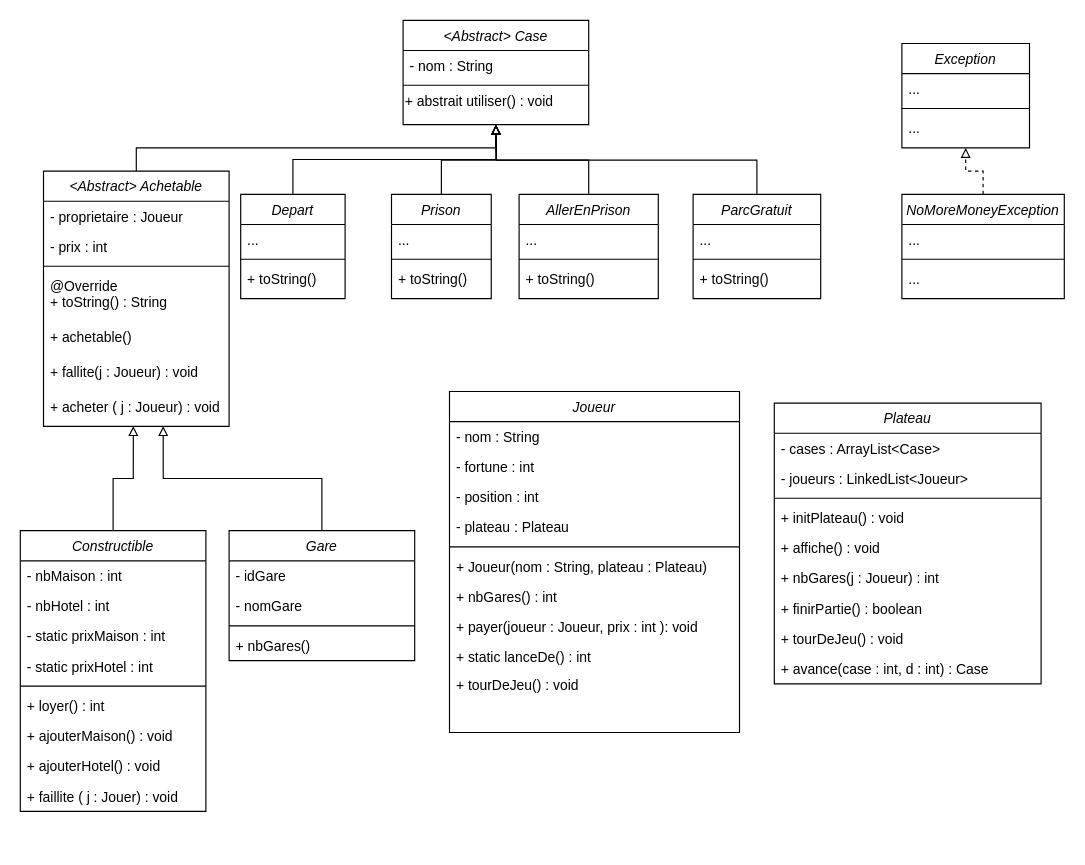
Above: UML_monopoly.drawio in hydrielax/monopoly (draw.io), before the change. Source tidied: cells renumbered, new cells numbered last; positions are measured from the earlier drawing's top-left corner, leaving out a move shared by most shapes. Both pictures are drawn from the tidied source at 116%, with x=0, y=0 at pixel (20, 20).
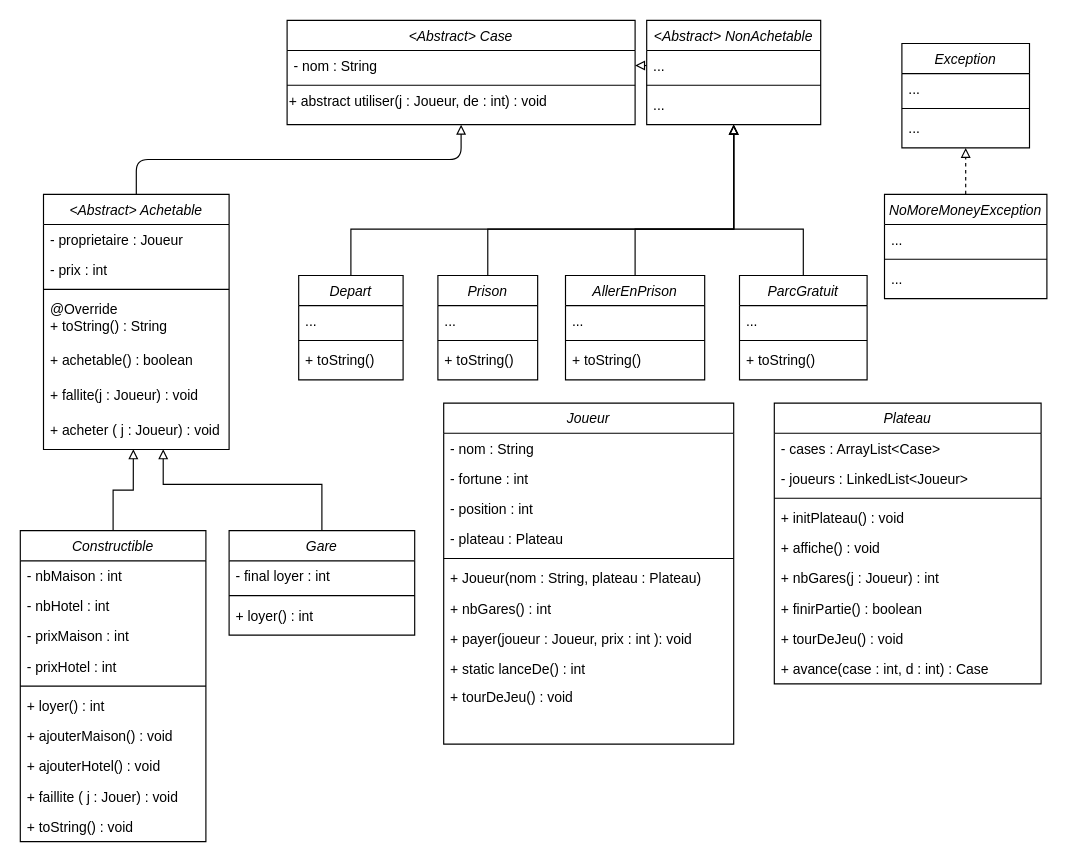
The same diagram, later.

Unchanged cells that the change refers to:
```xml
<mxCell id="41" value="+ acheter ( j : Joueur) : void" style="text;align=left;verticalAlign=top;spacingLeft=4;spacingRight=4;overflow=hidden;points=[[0,0.5],[1,0.5]];portConstraint=eastwest;" parent="34" vertex="1">
  <mxGeometry y="190" width="160" height="30" as="geometry" />
</mxCell>
```

Change to the diagram source:
```diff
@@
     <mxCell id="2" value="&lt;Abstract&gt; Case" style="swimlane;fontStyle=2;align=center;verticalAlign=top;horizontal=1;startSize=26;rounded=0;shadow=0;strokeWidth=1;" parent="1" vertex="1">
-      <mxGeometry x="330" width="160" height="90" as="geometry" />
+      <mxGeometry x="230" width="300" height="90" as="geometry" />
     </mxCell>
     <mxCell id="3" value="- nom : String" style="text;align=left;verticalAlign=top;spacingLeft=4;spacingRight=4;overflow=hidden;points=[[0,0.5],[1,0.5]];portConstraint=eastwest;" parent="2" vertex="1">
-      <mxGeometry y="26" width="160" height="26" as="geometry" />
+      <mxGeometry y="26" width="300" height="26" as="geometry" />
     </mxCell>
     <mxCell id="4" style="line;html=1;strokeWidth=1;align=left;verticalAlign=middle;spacingTop=-1;spacingLeft=3;spacingRight=3;labelPosition=right;" parent="2" vertex="1">
-      <mxGeometry y="52" width="160" height="8" as="geometry" />
+      <mxGeometry y="52" width="300" height="8" as="geometry" />
     </mxCell>
-    <mxCell id="5" value="+ abstrait utiliser() : void" style="text;html=1;align=left;verticalAlign=middle;strokeColor=none;fillColor=none;" parent="2" vertex="1">
-      <mxGeometry y="60" width="160" height="20" as="geometry" />
+    <mxCell id="5" value="+ abstract utiliser(j : Joueur, de : int) : void" style="text;html=1;align=left;verticalAlign=middle;strokeColor=none;fillColor=none;" parent="2" vertex="1">
+      <mxGeometry y="60" width="300" height="20" as="geometry" />
     </mxCell>
     <mxCell id="6" style="edgeStyle=orthogonalEdgeStyle;rounded=0;jettySize=auto;html=1;exitX=0.5;exitY=0;exitDx=0;exitDy=0;entryX=0.645;entryY=0.994;entryDx=0;entryDy=0;entryPerimeter=0;endArrow=block;endFill=0;" parent="1" edge="1" source="7" target="41">
-      <mxGeometry relative="1" as="geometry" />
+      <mxGeometry relative="1" as="geometry">
+        <Array as="points">
+          <mxPoint x="260" y="400" />
+          <mxPoint x="123" y="400" />
+        </Array>
+      </mxGeometry>
     </mxCell>
     <mxCell id="7" value="Gare" style="swimlane;fontStyle=2;align=center;verticalAlign=top;horizontal=1;startSize=26;rounded=0;shadow=0;strokeWidth=1;" parent="1" vertex="1">
-      <mxGeometry x="180" y="440" width="160" height="112" as="geometry" />
+      <mxGeometry x="180" y="440" width="160" height="90" as="geometry" />
     </mxCell>
-    <mxCell id="8" value="- idGare" style="text;align=left;verticalAlign=top;spacingLeft=4;spacingRight=4;overflow=hidden;rounded=0;shadow=0;html=0;" parent="7" vertex="1">
+    <mxCell id="8" value="- final loyer : int" style="text;align=left;verticalAlign=top;spacingLeft=4;spacingRight=4;overflow=hidden;rounded=0;shadow=0;html=0;" parent="7" vertex="1">
       <mxGeometry y="26" width="160" height="26" as="geometry" />
     </mxCell>
-    <mxCell id="9" value="- nomGare" style="text;align=left;verticalAlign=top;spacingLeft=4;spacingRight=4;overflow=hidden;rounded=0;shadow=0;html=0;" parent="7" vertex="1">
-      <mxGeometry y="52" width="160" height="26" as="geometry" />
-    </mxCell>
     <mxCell id="10" style="line;html=1;strokeWidth=1;align=left;verticalAlign=middle;spacingTop=-1;spacingLeft=3;spacingRight=3;labelPosition=right;" parent="7" vertex="1">
-      <mxGeometry y="78" width="160" height="8" as="geometry" />
+      <mxGeometry y="52" width="160" height="8" as="geometry" />
     </mxCell>
-    <mxCell id="11" value="+ nbGares()" style="text;align=left;verticalAlign=top;spacingLeft=4;spacingRight=4;overflow=hidden;" parent="7" vertex="1">
-      <mxGeometry y="86" width="160" height="26" as="geometry" />
+    <mxCell id="11" value="+ loyer() : int" style="text;align=left;verticalAlign=top;spacingLeft=4;spacingRight=4;overflow=hidden;" parent="7" vertex="1">
+      <mxGeometry y="60" width="160" height="26" as="geometry" />
     </mxCell>
@@
     <mxCell id="22" value="Joueur" style="swimlane;fontStyle=2;align=center;verticalAlign=top;horizontal=1;startSize=26;rounded=0;shadow=0;strokeWidth=1;" parent="1" vertex="1">
-      <mxGeometry x="370" y="320" width="250" height="294" as="geometry" />
+      <mxGeometry x="365" y="330" width="250" height="294" as="geometry" />
     </mxCell>
@@
-    <mxCell id="33" style="edgeStyle=orthogonalEdgeStyle;rounded=0;jettySize=auto;html=1;exitX=0.5;exitY=0;exitDx=0;exitDy=0;entryX=0.5;entryY=1;entryDx=0;entryDy=0;endArrow=block;endFill=0;" parent="1" edge="1" source="34" target="2">
-      <mxGeometry relative="1" as="geometry">
-        <Array as="points">
-          <mxPoint x="100" y="110" />
-          <mxPoint x="410" y="110" />
-        </Array>
-      </mxGeometry>
-    </mxCell>
     <mxCell id="34" value="&lt;Abstract&gt; Achetable" style="swimlane;fontStyle=2;align=center;verticalAlign=top;horizontal=1;startSize=26;rounded=0;shadow=0;strokeWidth=1;" parent="1" vertex="1">
-      <mxGeometry x="20" y="130" width="160" height="220" as="geometry" />
+      <mxGeometry x="20" y="150" width="160" height="220" as="geometry" />
     </mxCell>
@@
-    <mxCell id="39" value="+ achetable()" style="text;align=left;verticalAlign=top;spacingLeft=4;spacingRight=4;overflow=hidden;" parent="34" vertex="1">
+    <mxCell id="39" value="+ achetable() : boolean" style="text;align=left;verticalAlign=top;spacingLeft=4;spacingRight=4;overflow=hidden;" parent="34" vertex="1">
       <mxGeometry y="130" width="160" height="30" as="geometry" />
     </mxCell>
@@
     <mxCell id="43" value="Constructible" style="swimlane;fontStyle=2;align=center;verticalAlign=top;horizontal=1;startSize=26;rounded=0;shadow=0;strokeWidth=1;" parent="1" vertex="1">
-      <mxGeometry y="440" width="160" height="242" as="geometry" />
+      <mxGeometry y="440" width="160" height="268" as="geometry" />
     </mxCell>
@@
-    <mxCell id="46" value="- static prixMaison : int" style="text;align=left;verticalAlign=top;spacingLeft=4;spacingRight=4;overflow=hidden;rounded=0;shadow=0;html=0;" parent="43" vertex="1">
+    <mxCell id="46" value="- prixMaison : int" style="text;align=left;verticalAlign=top;spacingLeft=4;spacingRight=4;overflow=hidden;rounded=0;shadow=0;html=0;" parent="43" vertex="1">
       <mxGeometry y="78" width="160" height="26" as="geometry" />
     </mxCell>
-    <mxCell id="47" value="- static prixHotel : int" style="text;align=left;verticalAlign=top;spacingLeft=4;spacingRight=4;overflow=hidden;rounded=0;shadow=0;html=0;" parent="43" vertex="1">
+    <mxCell id="47" value="- prixHotel : int" style="text;align=left;verticalAlign=top;spacingLeft=4;spacingRight=4;overflow=hidden;rounded=0;shadow=0;html=0;" parent="43" vertex="1">
       <mxGeometry y="104" width="160" height="26" as="geometry" />
     </mxCell>
@@
+    <mxCell id="82" value="+ toString() : void" style="text;align=left;verticalAlign=top;spacingLeft=4;spacingRight=4;overflow=hidden;" parent="43" vertex="1">
+      <mxGeometry y="242" width="160" height="26" as="geometry" />
+    </mxCell>
-    <mxCell id="53" style="edgeStyle=orthogonalEdgeStyle;rounded=0;jettySize=auto;html=1;exitX=0.5;exitY=0;exitDx=0;exitDy=0;endArrow=block;endFill=0;" parent="1" edge="1" source="54">
+    <mxCell id="53" style="edgeStyle=orthogonalEdgeStyle;rounded=0;jettySize=auto;html=1;exitX=0.5;exitY=0;exitDx=0;exitDy=0;endArrow=block;endFill=0;entryX=0.5;entryY=1;entryDx=0;entryDy=0;" parent="1" edge="1" source="54" target="83">
       <mxGeometry relative="1" as="geometry">
-        <mxPoint x="410" y="90" as="targetPoint" />
+        <Array as="points">
+          <mxPoint x="403" y="180" />
+          <mxPoint x="615" y="180" />
+        </Array>
       </mxGeometry>
     </mxCell>
     <mxCell id="54" value="Prison" style="swimlane;fontStyle=2;align=center;verticalAlign=top;horizontal=1;startSize=26;rounded=0;shadow=0;strokeWidth=1;" parent="1" vertex="1">
-      <mxGeometry x="320" y="150" width="86" height="90" as="geometry" />
+      <mxGeometry x="360" y="220" width="86" height="90" as="geometry" />
     </mxCell>
@@
-    <mxCell id="58" style="edgeStyle=orthogonalEdgeStyle;rounded=0;jettySize=auto;html=1;exitX=0.5;exitY=0;exitDx=0;exitDy=0;endArrow=block;endFill=0;" parent="1" edge="1" source="59">
+    <mxCell id="58" style="edgeStyle=orthogonalEdgeStyle;rounded=0;jettySize=auto;html=1;exitX=0.5;exitY=0;exitDx=0;exitDy=0;endArrow=block;endFill=0;entryX=0.5;entryY=1;entryDx=0;entryDy=0;" parent="1" edge="1" source="59" target="83">
       <mxGeometry relative="1" as="geometry">
-        <mxPoint x="410" y="90" as="targetPoint" />
+        <Array as="points">
+          <mxPoint x="530" y="180" />
+          <mxPoint x="615" y="180" />
+        </Array>
       </mxGeometry>
     </mxCell>
     <mxCell id="59" value="AllerEnPrison" style="swimlane;fontStyle=2;align=center;verticalAlign=top;horizontal=1;startSize=26;rounded=0;shadow=0;strokeWidth=1;" parent="1" vertex="1">
-      <mxGeometry x="430" y="150" width="120" height="90" as="geometry" />
+      <mxGeometry x="470" y="220" width="120" height="90" as="geometry" />
     </mxCell>
@@
-    <mxCell id="63" style="edgeStyle=orthogonalEdgeStyle;rounded=0;jettySize=auto;html=1;exitX=0.5;exitY=0;exitDx=0;exitDy=0;entryX=0.5;entryY=1;entryDx=0;entryDy=0;endArrow=block;endFill=0;" parent="1" edge="1" source="64" target="2">
-      <mxGeometry relative="1" as="geometry" />
+    <mxCell id="63" style="edgeStyle=orthogonalEdgeStyle;rounded=0;jettySize=auto;html=1;exitX=0.5;exitY=0;exitDx=0;exitDy=0;entryX=0.5;entryY=1;entryDx=0;entryDy=0;endArrow=block;endFill=0;" parent="1" edge="1" source="64" target="83">
+      <mxGeometry relative="1" as="geometry">
+        <Array as="points">
+          <mxPoint x="285" y="180" />
+          <mxPoint x="615" y="180" />
+        </Array>
+      </mxGeometry>
     </mxCell>
     <mxCell id="64" value="Depart" style="swimlane;fontStyle=2;align=center;verticalAlign=top;horizontal=1;startSize=26;rounded=0;shadow=0;strokeWidth=1;" parent="1" vertex="1">
-      <mxGeometry x="190" y="150" width="90" height="90" as="geometry" />
+      <mxGeometry x="240" y="220" width="90" height="90" as="geometry" />
     </mxCell>
@@
-    <mxCell id="68" style="edgeStyle=orthogonalEdgeStyle;rounded=0;jettySize=auto;html=1;exitX=0.5;exitY=0;exitDx=0;exitDy=0;endArrow=block;endFill=0;" parent="1" edge="1" source="69">
+    <mxCell id="68" style="edgeStyle=orthogonalEdgeStyle;rounded=0;jettySize=auto;html=1;exitX=0.5;exitY=0;exitDx=0;exitDy=0;endArrow=block;endFill=0;entryX=0.5;entryY=1;entryDx=0;entryDy=0;" parent="1" edge="1" source="69" target="83">
       <mxGeometry relative="1" as="geometry">
-        <mxPoint x="410" y="90" as="targetPoint" />
+        <Array as="points">
+          <mxPoint x="675" y="180" />
+          <mxPoint x="615" y="180" />
+        </Array>
       </mxGeometry>
     </mxCell>
     <mxCell id="69" value="ParcGratuit" style="swimlane;fontStyle=2;align=center;verticalAlign=top;horizontal=1;startSize=26;rounded=0;shadow=0;strokeWidth=1;" parent="1" vertex="1">
-      <mxGeometry x="580" y="150" width="110" height="90" as="geometry" />
+      <mxGeometry x="620" y="220" width="110" height="90" as="geometry" />
     </mxCell>
@@
     <mxCell id="78" value="NoMoreMoneyException" style="swimlane;fontStyle=2;align=center;verticalAlign=top;horizontal=1;startSize=26;rounded=0;shadow=0;strokeWidth=1;" parent="1" vertex="1">
-      <mxGeometry x="760" y="150" width="140" height="90" as="geometry" />
+      <mxGeometry x="745" y="150" width="140" height="90" as="geometry" />
     </mxCell>
@@
+    <mxCell id="83" value="&lt;Abstract&gt; NonAchetable" style="swimlane;fontStyle=2;align=center;verticalAlign=top;horizontal=1;startSize=26;rounded=0;shadow=0;strokeWidth=1;" parent="1" vertex="1">
+      <mxGeometry x="540" width="150" height="90" as="geometry" />
+    </mxCell>
+    <mxCell id="84" value="..." style="text;align=left;verticalAlign=top;spacingLeft=4;spacingRight=4;overflow=hidden;points=[[0,0.5],[1,0.5]];portConstraint=eastwest;rounded=0;shadow=0;html=0;" parent="83" vertex="1">
+      <mxGeometry y="26" width="150" height="26" as="geometry" />
+    </mxCell>
+    <mxCell id="85" style="line;html=1;strokeWidth=1;align=left;verticalAlign=middle;spacingTop=-1;spacingLeft=3;spacingRight=3;labelPosition=right;" parent="83" vertex="1">
+      <mxGeometry y="52" width="150" height="8" as="geometry" />
+    </mxCell>
+    <mxCell id="86" value="..." style="text;align=left;verticalAlign=top;spacingLeft=4;spacingRight=4;overflow=hidden;" parent="83" vertex="1">
+      <mxGeometry y="60" width="150" height="26" as="geometry" />
+    </mxCell>
+    <mxCell id="87" style="endArrow=block;html=1;entryX=1;entryY=0.5;entryDx=0;entryDy=0;exitX=0;exitY=0.5;exitDx=0;exitDy=0;endFill=0;" parent="1" edge="1" source="84" target="3">
+      <mxGeometry relative="1" as="geometry" />
+    </mxCell>
+    <mxCell id="33" style="endArrow=block;html=1;exitX=0.5;exitY=0;exitDx=0;exitDy=0;entryX=0.5;entryY=1;entryDx=0;entryDy=0;endFill=0;" parent="1" edge="1" source="34" target="2">
+      <mxGeometry relative="1" as="geometry">
+        <Array as="points">
+          <mxPoint x="100" y="120" />
+          <mxPoint x="380" y="120" />
+        </Array>
+      </mxGeometry>
+    </mxCell>
```
